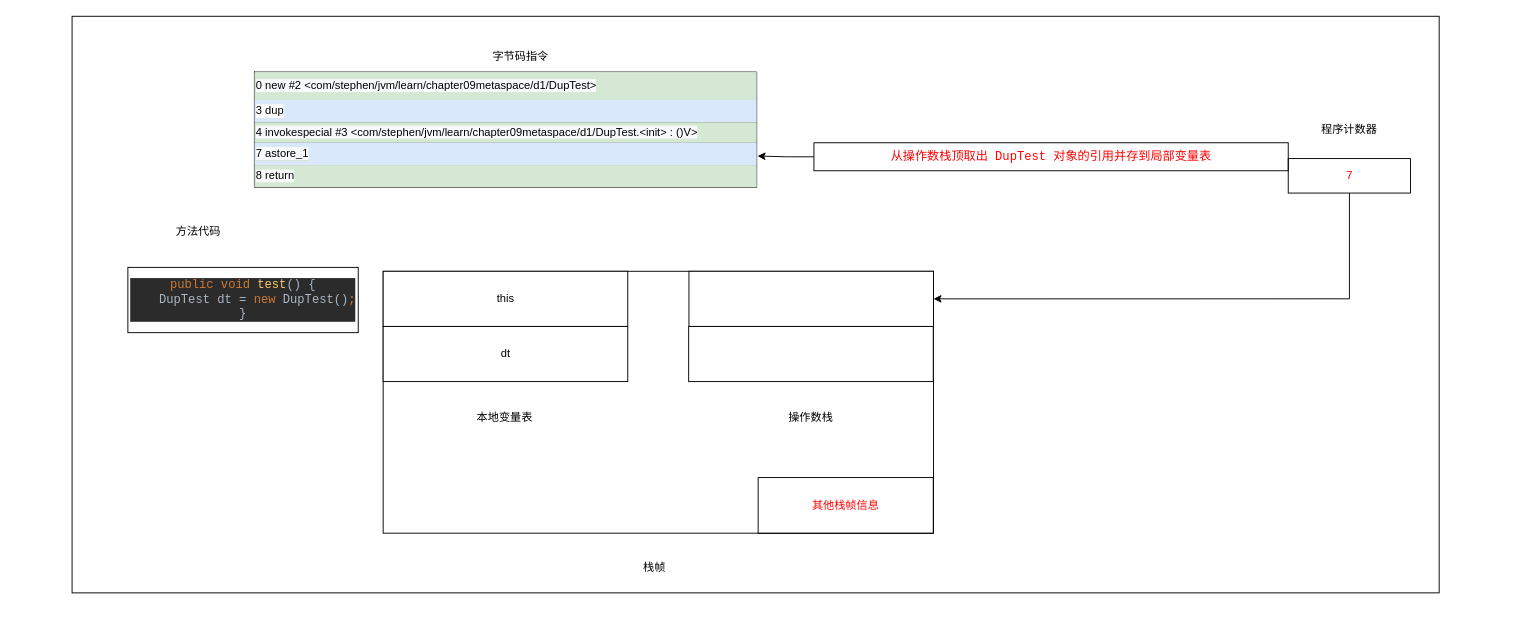
The draw.io diagram page "新建对象dup流程4" (4 of 5) of src/main/java/com/stephen/jvm/learn/drawio/vmstack_dup指令用法2新建对象.drawio in ruoshuisq/jvm-learn, before the edit. Source tidied: cells renumbered, new cells numbered last; positions are measured from the earlier drawing's top-left corner, leaving out a move shared by most shapes. Both pictures are drawn from the tidied source at 93%, with x=0, y=0 at pixel (16, 16).
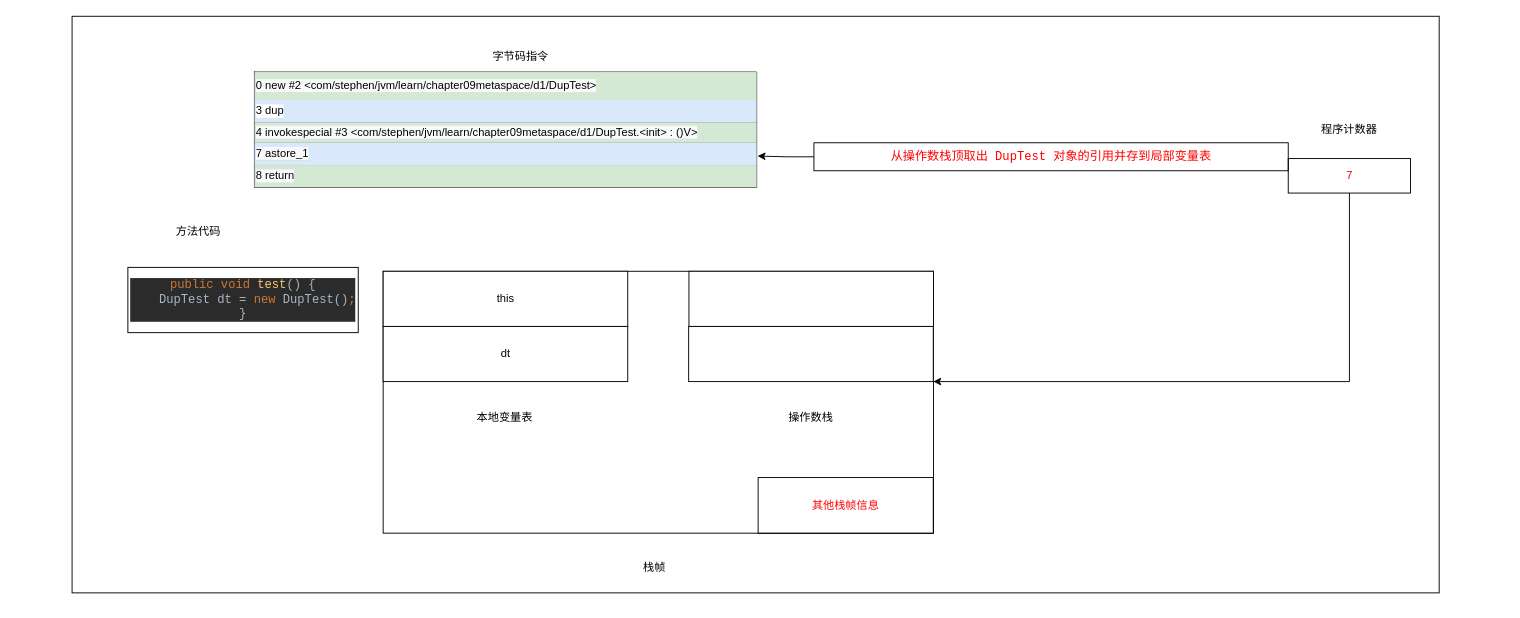
The same diagram, later.

The change refers to these unchanged cells:
```xml
<mxCell id="4" style="group;" parent="3" vertex="1">
  <mxGeometry x="87.7" y="22.2" width="1453.2" height="592.9" as="geometry" />
</mxCell>
<mxCell id="11" style="rounded=0;whiteSpace=wrap;html=1;strokeColor=default;" parent="4" vertex="1">
  <mxGeometry x="635.6" y="252" width="263" height="59.3" as="geometry" />
</mxCell>
<mxCell id="13" value="&lt;font color=&quot;#ff0000&quot;&gt;7&lt;/font&gt;" style="rounded=0;whiteSpace=wrap;html=1;strokeColor=default;" parent="4" vertex="1">
  <mxGeometry x="1280" y="130.8" width="131.5" height="37.1" as="geometry" />
</mxCell>
<mxCell id="29" style="rounded=0;whiteSpace=wrap;html=1;strokeColor=default;" parent="4" vertex="1">
  <mxGeometry x="635.3" y="311.3" width="263" height="59.3" as="geometry" />
</mxCell>
```

Change to the diagram source:
```diff
@@
-    <mxCell id="12" style="edgeStyle=orthogonalEdgeStyle;rounded=0;jettySize=auto;html=1;entryX=1;entryY=0.5;entryDx=0;entryDy=0;" parent="4" edge="1" source="13" target="11">
+    <mxCell id="12" style="edgeStyle=orthogonalEdgeStyle;rounded=0;jettySize=auto;html=1;entryX=1;entryY=1;entryDx=0;entryDy=0;" parent="4" edge="1" source="13" target="29">
       <mxGeometry relative="1" as="geometry">
         <Array as="points">
-          <mxPoint x="1346" y="282" />
+          <mxPoint x="1346" y="371" />
         </Array>
       </mxGeometry>
     </mxCell>
```
